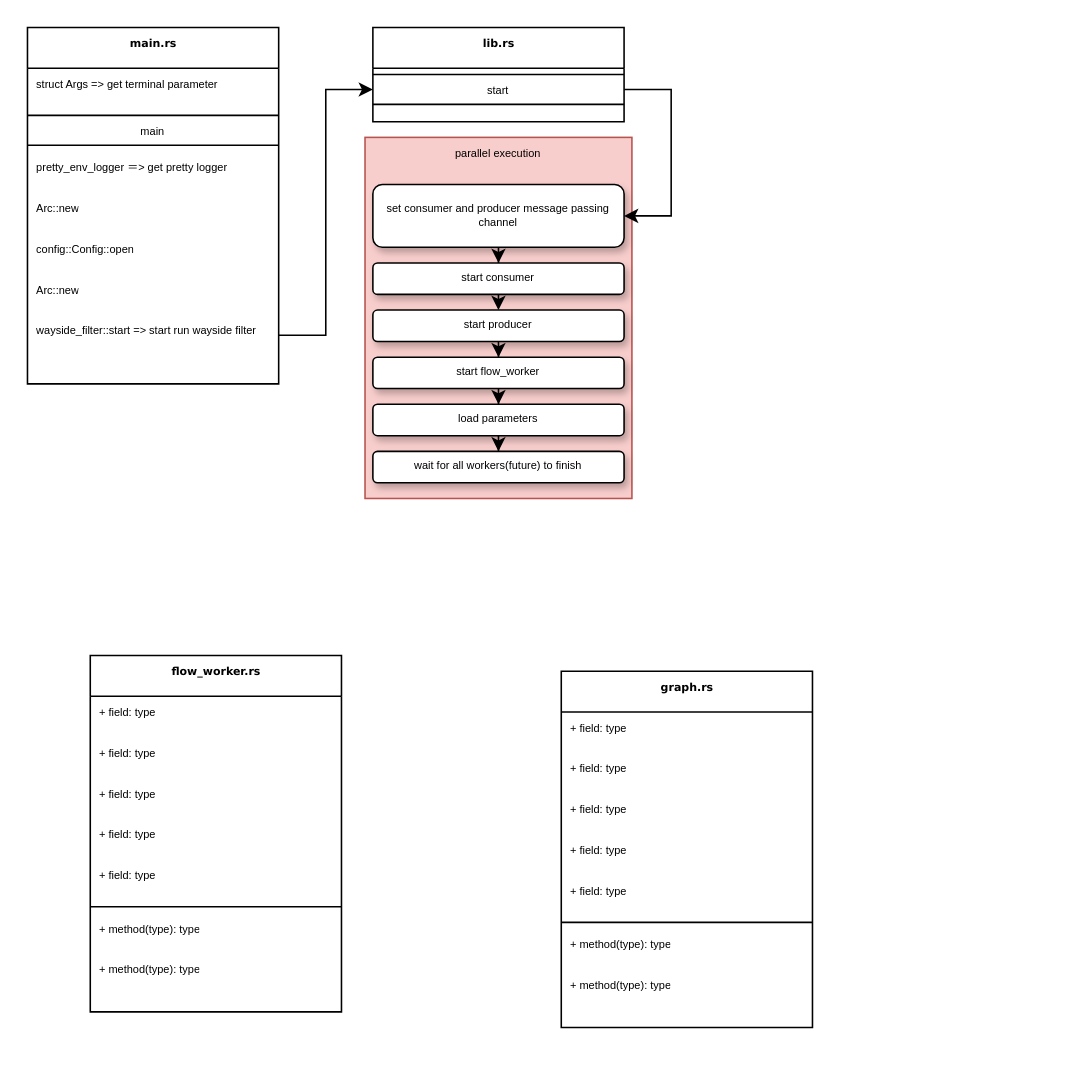
Above: wayside-filter.drawio in YueChuCheng/Wayside_draw (draw.io), before the change. Source tidied: cells renumbered, new cells numbered last; positions are measured from the earlier drawing's top-left corner, leaving out a move shared by most shapes. Both pictures are drawn from the tidied source at 157%, with x=0, y=0 at pixel (27, 27).
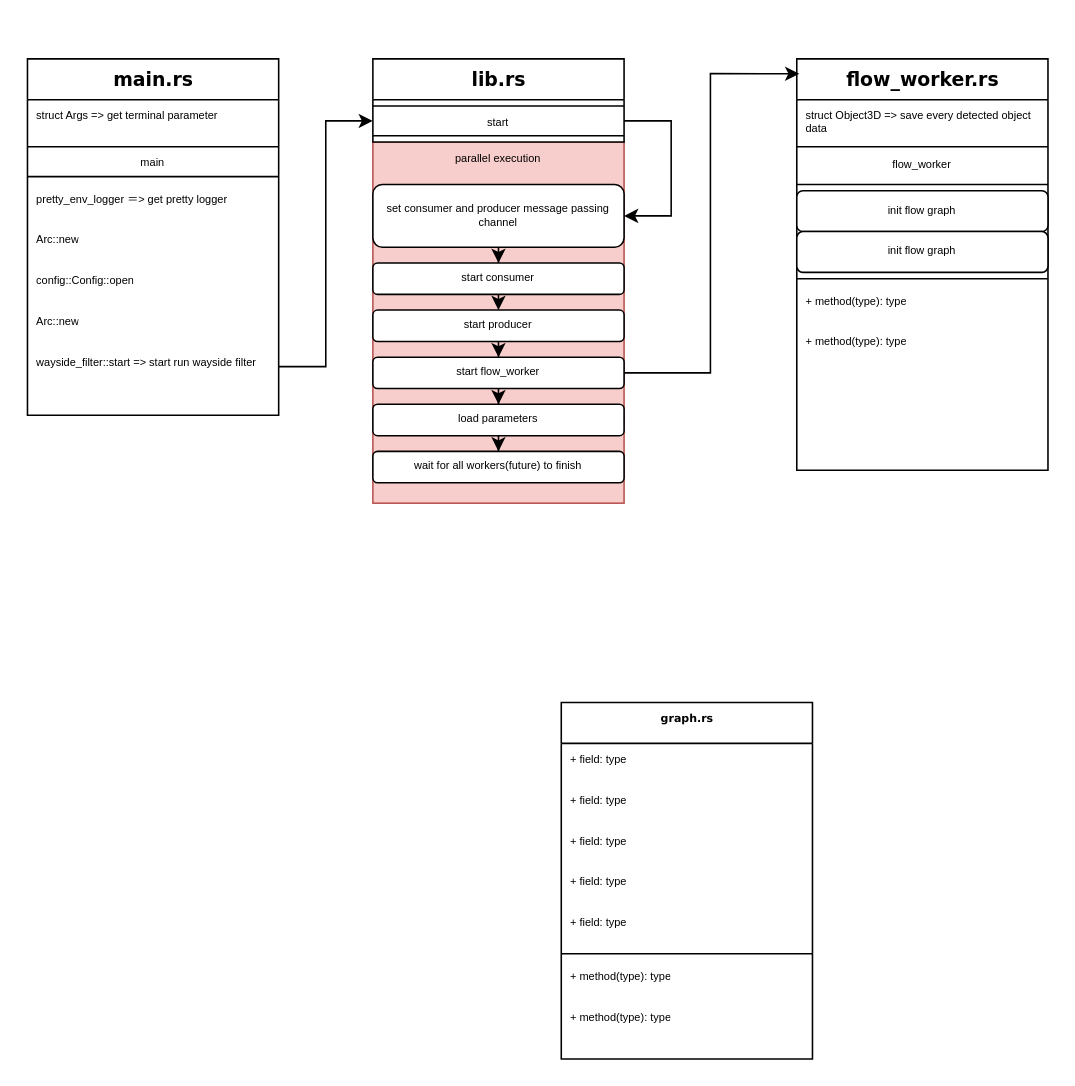
After the change.

The change refers to these unchanged cells:
```xml
<mxCell id="16" value="start" style="text;html=1;strokeColor=none;fillColor=none;align=center;verticalAlign=middle;spacingLeft=4;spacingRight=4;whiteSpace=wrap;overflow=hidden;points=[[0,0.5],[1,0.5]];portConstraint=eastwest;fontSize=7;" parent="14" vertex="1">
  <mxGeometry y="34" width="160" height="11" as="geometry" />
</mxCell>
```

Change to the diagram source:
```diff
@@
     <mxCell id="2" value="parallel execution" style="rounded=0;whiteSpace=wrap;html=1;shadow=0;fontSize=7;align=center;verticalAlign=top;fillOpacity=100;labelBorderColor=none;labelPadding=0;fillColor=#f8cecc;strokeColor=#b85450;" parent="1" vertex="1">
-      <mxGeometry x="215" y="70" width="170" height="230" as="geometry" />
+      <mxGeometry x="220" y="73" width="160" height="230" as="geometry" />
     </mxCell>
-    <mxCell id="3" value="main.rs&lt;br style=&quot;font-size: 7px;&quot;&gt;" style="swimlane;html=1;fontStyle=1;align=center;verticalAlign=top;horizontal=1;startSize=26;swimlaneFillColor=#ffffff;rounded=0;shadow=0;comic=0;labelBackgroundColor=none;strokeWidth=1;fillColor=none;fontFamily=Verdana;fontSize=7;" parent="1" vertex="1">
-      <mxGeometry width="160" height="227" as="geometry" />
+    <mxCell id="3" value="&lt;font style=&quot;font-size: 12px&quot;&gt;main.rs&lt;/font&gt;" style="swimlane;html=1;fontStyle=1;align=center;verticalAlign=top;horizontal=1;startSize=26;swimlaneFillColor=#ffffff;rounded=0;shadow=0;comic=0;labelBackgroundColor=none;strokeWidth=1;fillColor=none;fontFamily=Verdana;fontSize=7;" parent="1" vertex="1">
+      <mxGeometry y="20" width="160" height="227" as="geometry" />
     </mxCell>
@@
     <mxCell id="13" style="edgeStyle=orthogonalEdgeStyle;rounded=0;jettySize=auto;html=1;entryX=1;entryY=0.5;entryDx=0;entryDy=0;fontSize=7;exitX=1;exitY=0.5;exitDx=0;exitDy=0;" parent="1" edge="1" source="16" target="38">
       <mxGeometry relative="1" as="geometry">
         <Array as="points">
-          <mxPoint x="410" y="39" />
+          <mxPoint x="410" y="60" />
           <mxPoint x="410" y="120" />
         </Array>
       </mxGeometry>
     </mxCell>
-    <mxCell id="14" value="lib.rs" style="swimlane;html=1;fontStyle=1;align=center;verticalAlign=top;horizontal=1;startSize=26;swimlaneFillColor=#ffffff;rounded=0;shadow=0;comic=0;labelBackgroundColor=none;strokeWidth=1;fillColor=none;fontFamily=Verdana;fontSize=7;" parent="1" vertex="1">
-      <mxGeometry x="220" width="160" height="60" as="geometry" />
+    <mxCell id="14" value="&lt;font style=&quot;font-size: 12px&quot;&gt;lib.rs&lt;/font&gt;" style="swimlane;html=1;fontStyle=1;align=center;verticalAlign=top;horizontal=1;startSize=26;swimlaneFillColor=#ffffff;rounded=0;shadow=0;comic=0;labelBackgroundColor=none;strokeWidth=1;fillColor=none;fontFamily=Verdana;fontSize=7;" parent="1" vertex="1">
+      <mxGeometry x="220" y="20" width="160" height="53" as="geometry" />
     </mxCell>
@@
     <mxCell id="18" value="graph.rs&lt;br style=&quot;font-size: 7px;&quot;&gt;" style="swimlane;html=1;fontStyle=1;align=center;verticalAlign=top;horizontal=1;startSize=26;swimlaneFillColor=#ffffff;rounded=0;shadow=0;comic=0;labelBackgroundColor=none;strokeWidth=1;fillColor=none;fontFamily=Verdana;fontSize=7;" parent="1" vertex="1">
-      <mxGeometry x="340" y="410" width="160" height="227" as="geometry" />
+      <mxGeometry x="340" y="430" width="160" height="227" as="geometry" />
     </mxCell>
@@
-    <mxCell id="27" value="flow_worker.rs&lt;br style=&quot;font-size: 7px;&quot;&gt;" style="swimlane;html=1;fontStyle=1;align=center;verticalAlign=top;horizontal=1;startSize=26;swimlaneFillColor=#ffffff;rounded=0;shadow=0;comic=0;labelBackgroundColor=none;strokeWidth=1;fillColor=none;fontFamily=Verdana;fontSize=7;" parent="1" vertex="1">
-      <mxGeometry x="40" y="400" width="160" height="227" as="geometry" />
+    <mxCell id="27" value="&lt;font style=&quot;font-size: 12px&quot;&gt;flow_worker.rs&lt;/font&gt;" style="swimlane;html=1;fontStyle=1;align=center;verticalAlign=top;horizontal=1;startSize=26;swimlaneFillColor=#ffffff;rounded=0;shadow=0;comic=0;labelBackgroundColor=none;strokeWidth=1;fillColor=none;fontFamily=Verdana;fontSize=7;" parent="1" vertex="1">
+      <mxGeometry x="490" y="20" width="160" height="262" as="geometry" />
     </mxCell>
-    <mxCell id="28" value="+ field: type" style="text;html=1;strokeColor=none;fillColor=none;align=left;verticalAlign=top;spacingLeft=4;spacingRight=4;whiteSpace=wrap;overflow=hidden;fontSize=7;" parent="27" vertex="1">
+    <mxCell id="28" value="struct Object3D =&amp;gt; save every detected object data" style="text;html=1;strokeColor=none;fillColor=none;align=left;verticalAlign=top;spacingLeft=4;spacingRight=4;whiteSpace=wrap;overflow=hidden;fontSize=7;" parent="27" vertex="1">
       <mxGeometry y="26" width="160" height="26" as="geometry" />
     </mxCell>
+    <mxCell id="48" style="line;html=1;strokeWidth=1;fillColor=none;align=left;verticalAlign=middle;spacingTop=-1;spacingLeft=3;spacingRight=3;labelPosition=right;fontSize=7;" parent="27" vertex="1">
+      <mxGeometry y="52" width="160" height="8" as="geometry" />
+    </mxCell>
-    <mxCell id="29" value="+ field: type" style="text;html=1;strokeColor=none;fillColor=none;align=left;verticalAlign=top;spacingLeft=4;spacingRight=4;whiteSpace=wrap;overflow=hidden;fontSize=7;" parent="27" vertex="1">
-      <mxGeometry y="52" width="160" height="26" as="geometry" />
+    <mxCell id="29" value="flow_worker" style="text;html=1;strokeColor=none;fillColor=none;align=center;verticalAlign=middle;spacingLeft=4;spacingRight=4;whiteSpace=wrap;overflow=hidden;fontSize=7;" parent="27" vertex="1">
+      <mxGeometry y="60" width="160" height="16" as="geometry" />
     </mxCell>
-    <mxCell id="30" value="+ field: type" style="text;html=1;strokeColor=none;fillColor=none;align=left;verticalAlign=top;spacingLeft=4;spacingRight=4;whiteSpace=wrap;overflow=hidden;fontSize=7;" parent="27" vertex="1">
-      <mxGeometry y="78" width="160" height="26" as="geometry" />
-    </mxCell>
-    <mxCell id="31" value="+ field: type" style="text;html=1;strokeColor=none;fillColor=none;align=left;verticalAlign=top;spacingLeft=4;spacingRight=4;whiteSpace=wrap;overflow=hidden;fontSize=7;" parent="27" vertex="1">
-      <mxGeometry y="104" width="160" height="26" as="geometry" />
-    </mxCell>
-    <mxCell id="32" value="+ field: type" style="text;html=1;strokeColor=none;fillColor=none;align=left;verticalAlign=top;spacingLeft=4;spacingRight=4;whiteSpace=wrap;overflow=hidden;fontSize=7;" parent="27" vertex="1">
-      <mxGeometry y="130" width="160" height="26" as="geometry" />
-    </mxCell>
+    <mxCell id="49" style="line;html=1;strokeWidth=1;fillColor=none;align=left;verticalAlign=middle;spacingTop=-1;spacingLeft=3;spacingRight=3;labelPosition=right;fontSize=7;" parent="27" vertex="1">
+      <mxGeometry y="76" width="160" height="8" as="geometry" />
+    </mxCell>
+    <mxCell id="50" value="init flow graph" style="rounded=1;whiteSpace=wrap;html=1;shadow=0;fontSize=7;align=center;verticalAlign=middle;" parent="27" vertex="1">
+      <mxGeometry y="84" width="160" height="26" as="geometry" />
+    </mxCell>
+    <mxCell id="51" value="init flow graph" style="rounded=1;whiteSpace=wrap;html=1;shadow=0;fontSize=7;align=center;verticalAlign=middle;" parent="27" vertex="1">
+      <mxGeometry y="110" width="160" height="26" as="geometry" />
+    </mxCell>
     <mxCell id="33" style="line;html=1;strokeWidth=1;fillColor=none;align=left;verticalAlign=middle;spacingTop=-1;spacingLeft=3;spacingRight=3;labelPosition=right;fontSize=7;" parent="27" vertex="1">
-      <mxGeometry y="156" width="160" height="8" as="geometry" />
+      <mxGeometry y="136" width="160" height="8" as="geometry" />
     </mxCell>
     <mxCell id="34" value="+ method(type): type" style="text;html=1;strokeColor=none;fillColor=none;align=left;verticalAlign=top;spacingLeft=4;spacingRight=4;whiteSpace=wrap;overflow=hidden;fontSize=7;" parent="27" vertex="1">
-      <mxGeometry y="164" width="160" height="26" as="geometry" />
+      <mxGeometry y="144" width="160" height="26" as="geometry" />
     </mxCell>
     <mxCell id="35" value="+ method(type): type" style="text;html=1;strokeColor=none;fillColor=none;align=left;verticalAlign=top;spacingLeft=4;spacingRight=4;whiteSpace=wrap;overflow=hidden;fontSize=7;" parent="27" vertex="1">
-      <mxGeometry y="190" width="160" height="26" as="geometry" />
+      <mxGeometry y="170" width="160" height="26" as="geometry" />
     </mxCell>
@@
-    <mxCell id="38" value="set consumer and producer message passing channel" style="rounded=1;whiteSpace=wrap;html=1;shadow=1;fontSize=7;align=center;verticalAlign=middle;" parent="1" vertex="1">
+    <mxCell id="38" value="set consumer and producer message passing channel" style="rounded=1;whiteSpace=wrap;html=1;shadow=0;fontSize=7;align=center;verticalAlign=middle;" parent="1" vertex="1">
       <mxGeometry x="220" y="100" width="160" height="40" as="geometry" />
     </mxCell>
@@
-    <mxCell id="40" value="start consumer" style="rounded=1;whiteSpace=wrap;html=1;shadow=1;fontSize=7;align=center;verticalAlign=middle;" parent="1" vertex="1">
+    <mxCell id="40" value="start consumer" style="rounded=1;whiteSpace=wrap;html=1;shadow=0;fontSize=7;align=center;verticalAlign=middle;" parent="1" vertex="1">
       <mxGeometry x="220" y="150" width="160" height="20" as="geometry" />
     </mxCell>
@@
-    <mxCell id="42" value="start producer" style="rounded=1;whiteSpace=wrap;html=1;shadow=1;fontSize=7;align=center;verticalAlign=middle;" parent="1" vertex="1">
+    <mxCell id="42" value="start producer" style="rounded=1;whiteSpace=wrap;html=1;shadow=0;fontSize=7;align=center;verticalAlign=middle;" parent="1" vertex="1">
       <mxGeometry x="220" y="180" width="160" height="20" as="geometry" />
     </mxCell>
@@
+    <mxCell id="52" style="edgeStyle=orthogonalEdgeStyle;rounded=0;jettySize=auto;html=1;entryX=0.01;entryY=0.036;entryDx=0;entryDy=0;entryPerimeter=0;fontSize=7;" parent="1" edge="1" source="44" target="27">
+      <mxGeometry relative="1" as="geometry" />
+    </mxCell>
-    <mxCell id="44" value="start flow_worker" style="rounded=1;whiteSpace=wrap;html=1;shadow=1;fontSize=7;align=center;verticalAlign=middle;" parent="1" vertex="1">
+    <mxCell id="44" value="start flow_worker" style="rounded=1;whiteSpace=wrap;html=1;shadow=0;fontSize=7;align=center;verticalAlign=middle;" parent="1" vertex="1">
       <mxGeometry x="220" y="210" width="160" height="20" as="geometry" />
     </mxCell>
@@
-    <mxCell id="46" value="load parameters" style="rounded=1;whiteSpace=wrap;html=1;shadow=1;fontSize=7;align=center;verticalAlign=middle;" parent="1" vertex="1">
+    <mxCell id="46" value="load parameters" style="rounded=1;whiteSpace=wrap;html=1;shadow=0;fontSize=7;align=center;verticalAlign=middle;" parent="1" vertex="1">
       <mxGeometry x="220" y="240" width="160" height="20" as="geometry" />
     </mxCell>
-    <mxCell id="47" value="wait for all workers(future) to finish" style="rounded=1;whiteSpace=wrap;html=1;shadow=1;fontSize=7;align=center;verticalAlign=middle;" parent="1" vertex="1">
+    <mxCell id="47" value="wait for all workers(future) to finish" style="rounded=1;whiteSpace=wrap;html=1;shadow=0;fontSize=7;align=center;verticalAlign=middle;" parent="1" vertex="1">
       <mxGeometry x="220" y="270" width="160" height="20" as="geometry" />
     </mxCell>
```
